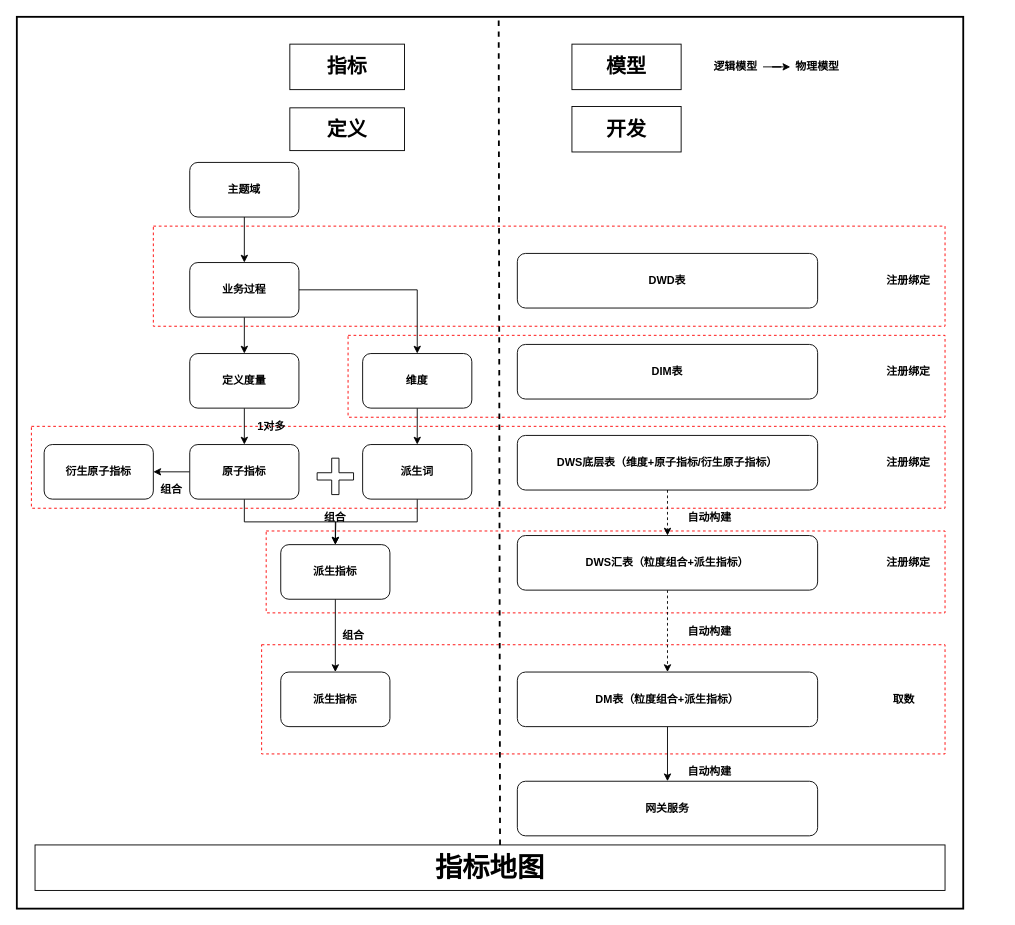
Before: mt指标建设.drawio in mineminemine123/work-wiki, a draw.io diagram. Source tidied: cells renumbered, new cells numbered last; positions are measured from the earlier drawing's top-left corner, leaving out a move shared by most shapes. Both pictures are drawn from the tidied source at 91%, with x=0, y=0 at pixel (16, 16).
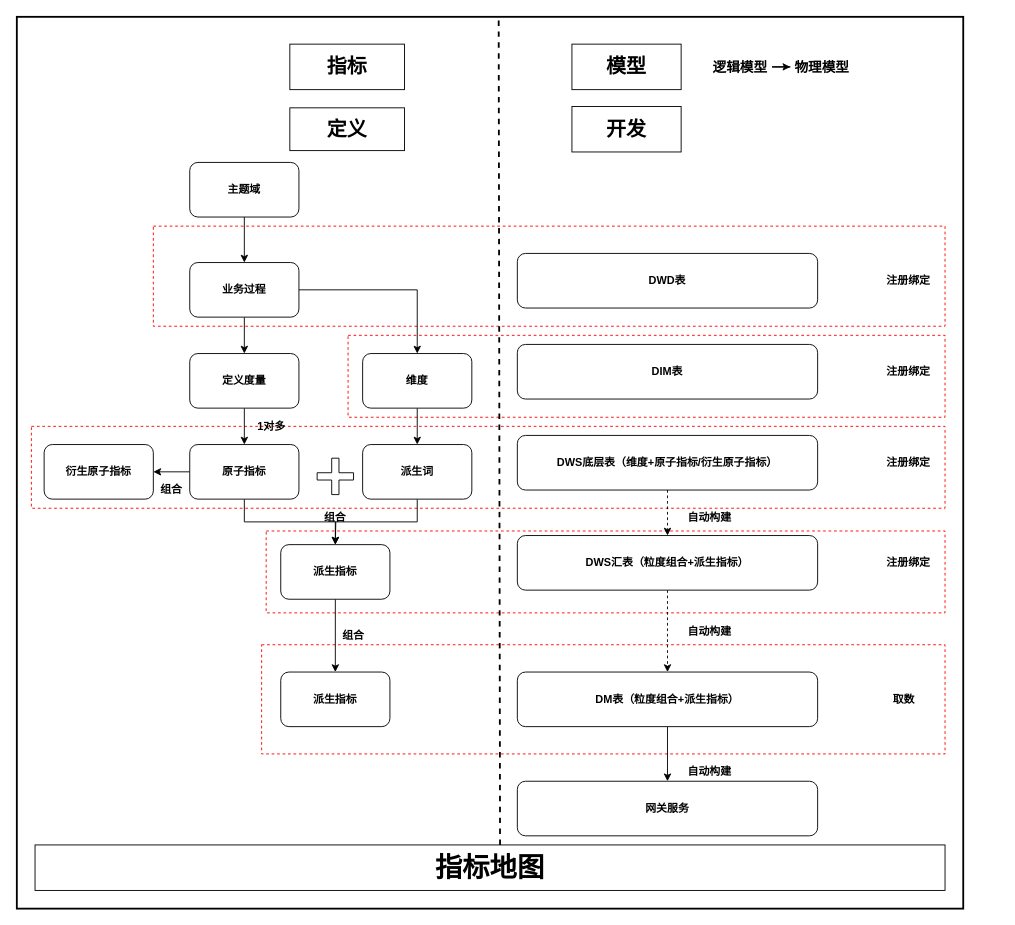
Above is the later version.

Commit message (it also covers changes not shown here):
更新mt指标建设.drawio

Diff of the diagram source:
```diff
@@
-    <mxCell id="55" value="逻辑模型" style="text;html=1;strokeColor=none;fillColor=none;align=center;verticalAlign=middle;whiteSpace=wrap;rounded=0;fontStyle=1;" parent="1" vertex="1">
-      <mxGeometry x="760" y="45" width="60" height="20" as="geometry" />
+    <mxCell id="55" value="逻辑模型" style="text;html=1;strokeColor=none;fillColor=none;align=center;verticalAlign=middle;whiteSpace=wrap;rounded=0;fontStyle=1;fontSize=15;" parent="1" vertex="1">
+      <mxGeometry x="760" y="45" width="70" height="20" as="geometry" />
     </mxCell>
-    <mxCell id="56" value="物理模型" style="text;html=1;strokeColor=none;fillColor=none;align=center;verticalAlign=middle;whiteSpace=wrap;rounded=0;fontStyle=1;" parent="1" vertex="1">
-      <mxGeometry x="850" y="45" width="60" height="20" as="geometry" />
+    <mxCell id="56" value="物理模型" style="text;html=1;strokeColor=none;fillColor=none;align=center;verticalAlign=middle;whiteSpace=wrap;rounded=0;fontStyle=1;fontSize=15;" parent="1" vertex="1">
+      <mxGeometry x="850" y="45" width="70" height="20" as="geometry" />
     </mxCell>
```
